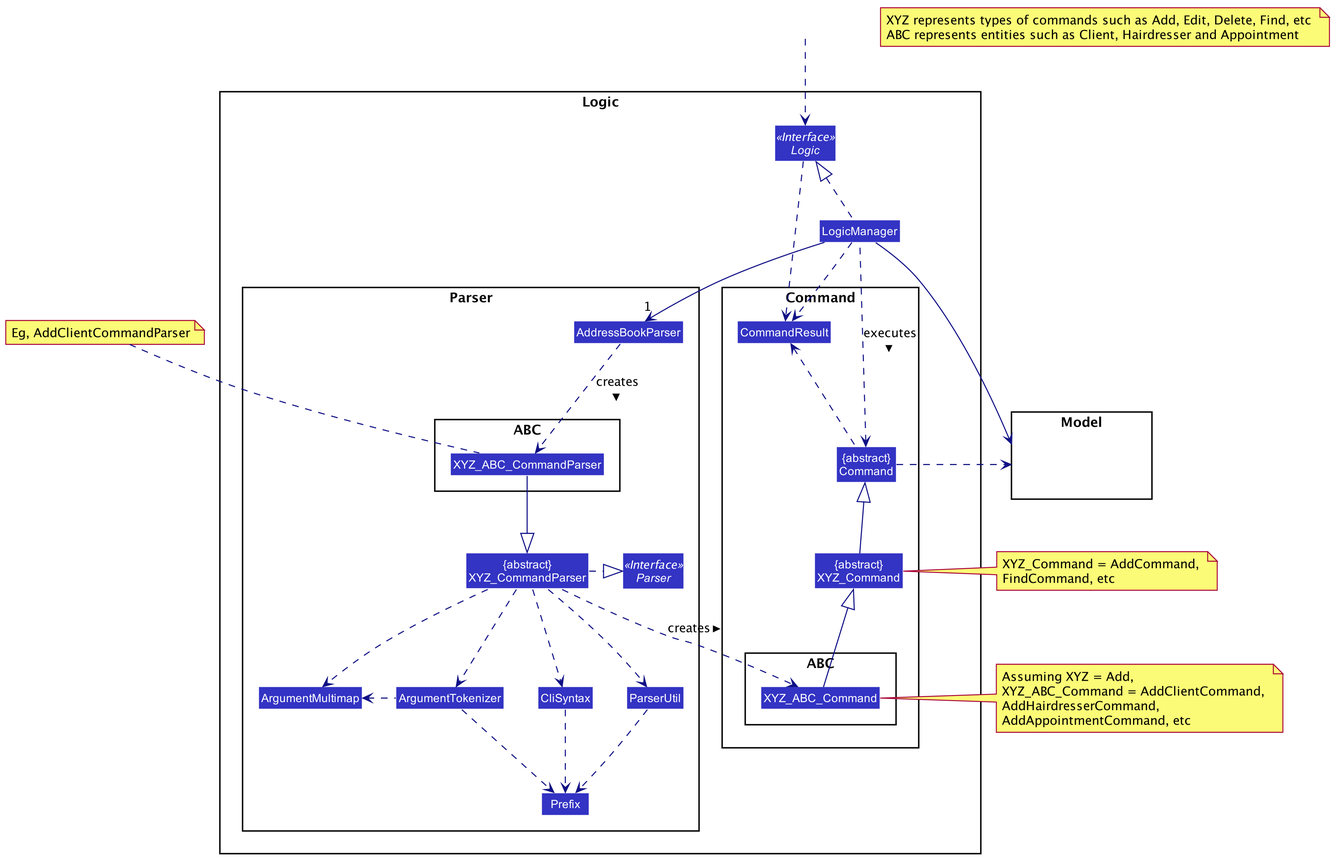
Earlier version of the PlantUML export docs/images/LogicClassDiagram.png (ya0-yuan/tp).
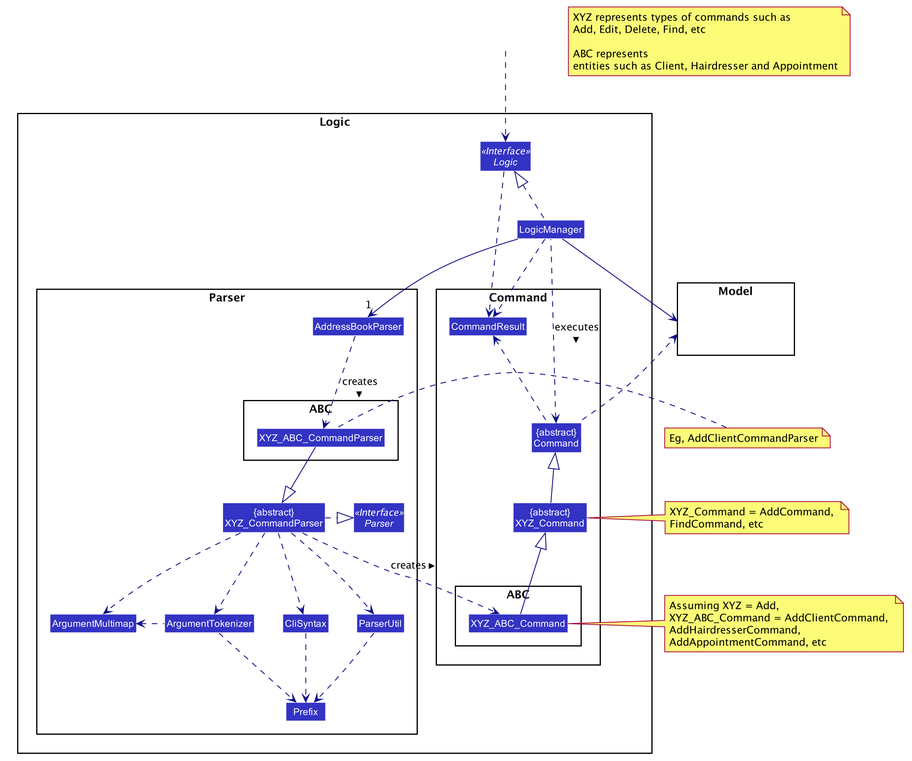
Later version of the same file.

Commit message:
Change Logic diagram image

What changed in the source:
```diff
@@ -87,6 +87,8 @@
 Class HiddenOutside #FFFFFF
 HiddenOutside ..> Logic
 
+note "XYZ represents types of commands such as\nAdd, Edit, Delete, Find, etc\n\nABC represents \nentities such as Client, Hairdresser and Appointment" as N1
+
 LogicManager .up.|> Logic
 LogicManager -->"1" AddressBookParser
 AddressBookParser ..> XYZ_ABC_CommandParser: creates >
@@ -106,13 +108,12 @@
 XYZ_Command -up-|> Command
 XYZ_ABC_Command -up-|> XYZ_Command
 LogicManager .left.> Command : executes >
-note top of XYZ_ABC_CommandParser: Eg, AddClientCommandParser
+note left of XYZ_ABC_CommandParser: Eg, AddClientCommandParser
 
 LogicManager --> Model
-Command .right.> Model
-note right of XYZ_Command: XYZ_Command = AddCommand, \nFindCommand, etc
+Command .up.> Model
+note left of XYZ_Command: XYZ_Command = AddCommand, \nFindCommand, etc
 note right of XYZ_ABC_Command: Assuming XYZ = Add, \nXYZ_ABC_Command = AddClientCommand, \nAddHairdresserCommand, \nAddAppointmentCommand, etc
-note "XYZ represents types of commands such as Add, Edit, Delete, Find, etc \nABC represents entities such as Client, Hairdresser and Appointment" as N1
 
 Logic ..> CommandResult
 LogicManager .down.> CommandResult
```
